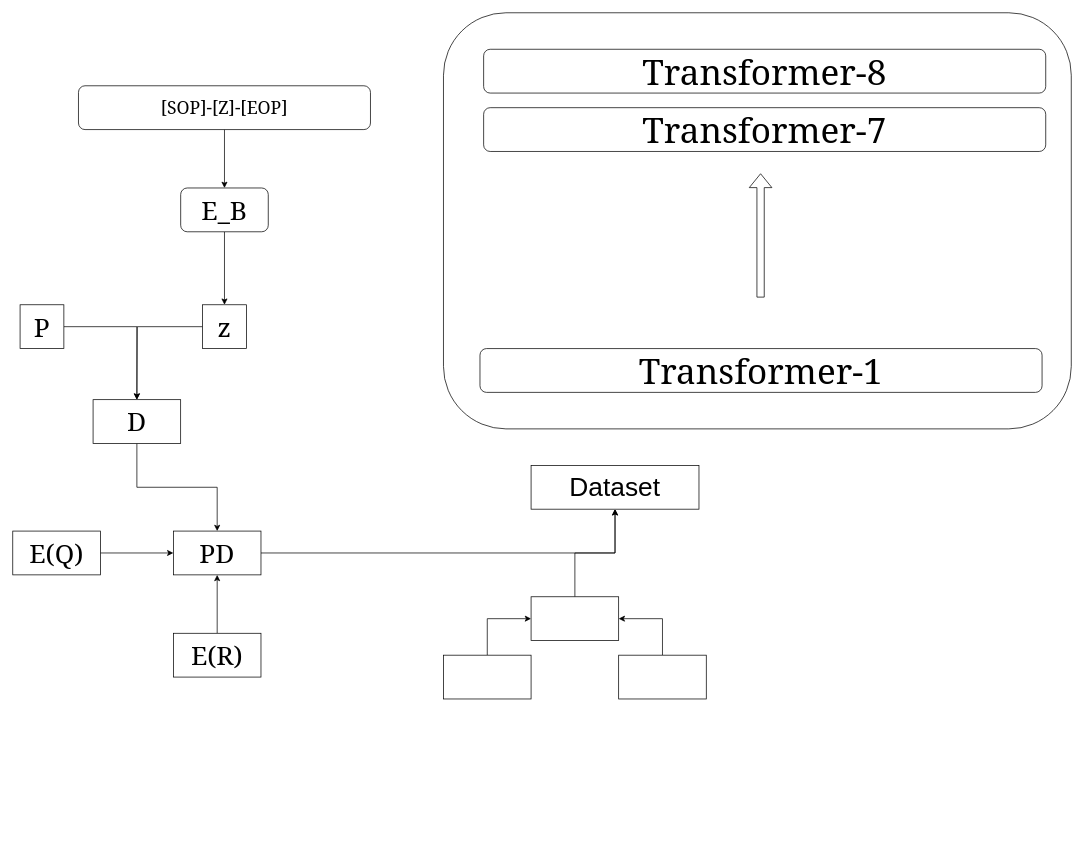
The draw.io diagram 未命名绘图.drawio in Kirovsiki/AI-PUSH-FOR-AI-paint, before the edit. Source tidied: cells renumbered, new cells numbered last; positions are measured from the earlier drawing's top-left corner, leaving out a move shared by most shapes. Both pictures are drawn from the tidied source at 73%, with x=0, y=0 at pixel (12, 12).
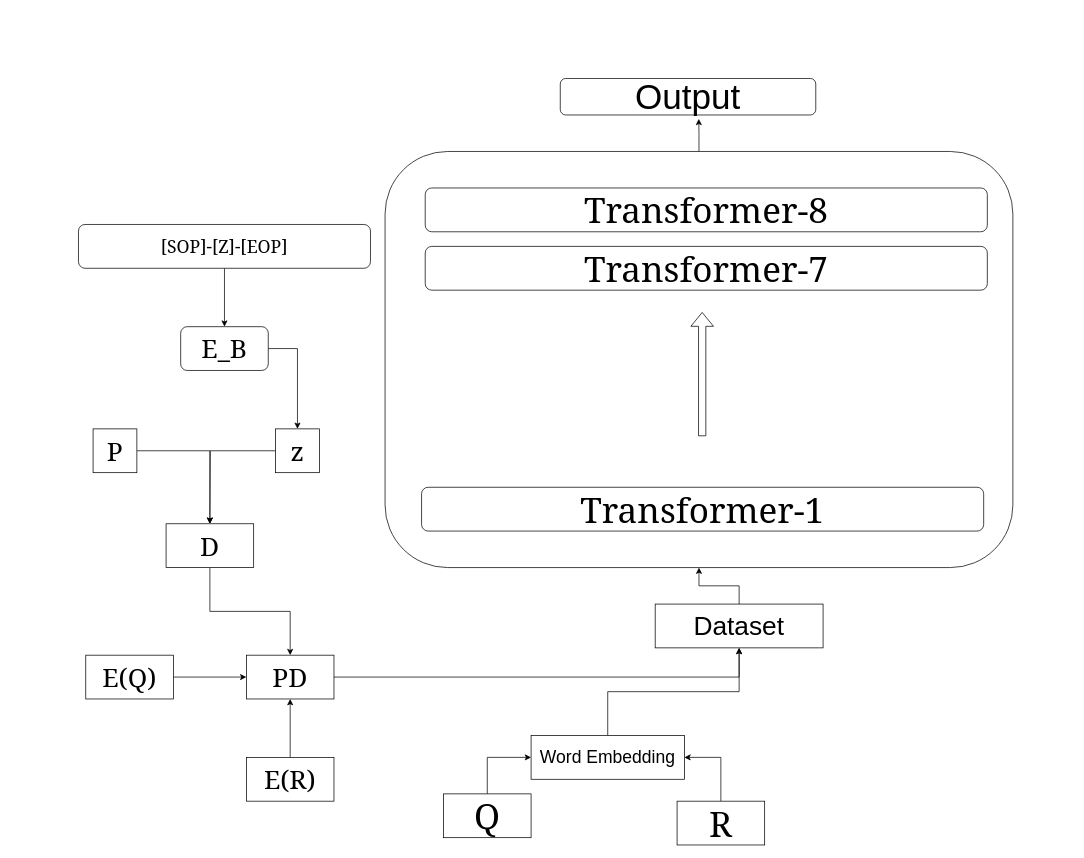
Above is the later version.

Commit message (it also covers changes not shown here):
更新未命名绘图.drawio

The edit, as a diff of the source:
```diff
@@
+    <mxCell id="30" style="edgeStyle=orthogonalEdgeStyle;rounded=0;jettySize=auto;html=1;entryX=0.542;entryY=1.106;entryDx=0;entryDy=0;entryPerimeter=0;" parent="1" edge="1" source="2" target="32">
+      <mxGeometry relative="1" as="geometry" />
+    </mxCell>
     <mxCell id="2" style="rounded=1;whiteSpace=wrap;html=1;" parent="1" vertex="1">
-      <mxGeometry x="590" width="860" height="570" as="geometry" />
+      <mxGeometry x="510" y="190" width="860" height="570" as="geometry" />
     </mxCell>
     <mxCell id="3" value="&lt;font face=&quot;Georgia&quot; style=&quot;font-size: 48px;&quot;&gt;Transformer-1&lt;/font&gt;" style="rounded=1;whiteSpace=wrap;html=1;" parent="1" vertex="1">
-      <mxGeometry x="640" y="460" width="770" height="60" as="geometry" />
+      <mxGeometry x="560" y="650" width="770" height="60" as="geometry" />
     </mxCell>
     <mxCell id="4" value="&lt;font face=&quot;Georgia&quot; style=&quot;font-size: 48px;&quot;&gt;Transformer-7&lt;/font&gt;" style="rounded=1;whiteSpace=wrap;html=1;" parent="1" vertex="1">
-      <mxGeometry x="645" y="130" width="770" height="60" as="geometry" />
+      <mxGeometry x="565" y="320" width="770" height="60" as="geometry" />
     </mxCell>
     <mxCell id="5" value="&lt;font face=&quot;Georgia&quot; style=&quot;font-size: 48px;&quot;&gt;Transformer-8&lt;/font&gt;" style="rounded=1;whiteSpace=wrap;html=1;" parent="1" vertex="1">
-      <mxGeometry x="645" y="50" width="770" height="60" as="geometry" />
+      <mxGeometry x="565" y="240" width="770" height="60" as="geometry" />
     </mxCell>
@@
-    <mxCell id="7" style="rounded=0;whiteSpace=wrap;html=1;" parent="1" vertex="1">
-      <mxGeometry x="590" y="880" width="120" height="60" as="geometry" />
+    <mxCell id="7" value="&lt;font face=&quot;Georgia&quot; style=&quot;font-size: 48px;&quot;&gt;Q&lt;/font&gt;" style="rounded=0;whiteSpace=wrap;html=1;" parent="1" vertex="1">
+      <mxGeometry x="590" y="1070" width="120" height="60" as="geometry" />
     </mxCell>
@@
-    <mxCell id="9" style="rounded=0;whiteSpace=wrap;html=1;" parent="1" vertex="1">
-      <mxGeometry x="830" y="880" width="120" height="60" as="geometry" />
+    <mxCell id="9" value="&lt;font style=&quot;font-size: 48px;&quot; face=&quot;Georgia&quot;&gt;R&lt;/font&gt;" style="rounded=0;whiteSpace=wrap;html=1;" parent="1" vertex="1">
+      <mxGeometry x="910" y="1080" width="120" height="60" as="geometry" />
     </mxCell>
@@
-    <mxCell id="11" style="rounded=0;whiteSpace=wrap;html=1;" parent="1" vertex="1">
-      <mxGeometry x="710" y="800" width="120" height="60" as="geometry" />
+    <mxCell id="11" value="&lt;font style=&quot;font-size: 24px;&quot;&gt;Word Embedding&lt;/font&gt;" style="rounded=0;whiteSpace=wrap;html=1;" parent="1" vertex="1">
+      <mxGeometry x="710" y="990" width="210" height="60" as="geometry" />
     </mxCell>
@@
     <mxCell id="13" value="&lt;font face=&quot;Georgia&quot; style=&quot;font-size: 36px;&quot;&gt;PD&lt;/font&gt;" style="rounded=0;whiteSpace=wrap;html=1;" parent="1" vertex="1">
-      <mxGeometry x="220" y="710" width="120" height="60" as="geometry" />
+      <mxGeometry x="320" y="880" width="120" height="60" as="geometry" />
     </mxCell>
+    <mxCell id="31" style="edgeStyle=orthogonalEdgeStyle;rounded=0;jettySize=auto;html=1;entryX=0.5;entryY=1;entryDx=0;entryDy=0;" parent="1" edge="1" source="14" target="2">
+      <mxGeometry relative="1" as="geometry" />
+    </mxCell>
     <mxCell id="14" value="&lt;font style=&quot;font-size: 36px;&quot;&gt;Dataset&lt;/font&gt;" style="whiteSpace=wrap;html=1;rounded=0;" parent="1" vertex="1">
-      <mxGeometry x="710" y="620" width="230" height="60" as="geometry" />
+      <mxGeometry x="880" y="810" width="230" height="60" as="geometry" />
     </mxCell>
@@
     <mxCell id="16" value="&lt;font face=&quot;Georgia&quot; style=&quot;font-size: 36px;&quot;&gt;D&lt;/font&gt;" style="rounded=0;whiteSpace=wrap;html=1;" parent="1" vertex="1">
-      <mxGeometry x="110" y="530" width="120" height="60" as="geometry" />
+      <mxGeometry x="210" y="700" width="120" height="60" as="geometry" />
     </mxCell>
@@
     <mxCell id="18" value="&lt;font face=&quot;Georgia&quot; style=&quot;font-size: 36px;&quot;&gt;P&lt;/font&gt;" style="rounded=0;whiteSpace=wrap;html=1;" parent="1" vertex="1">
-      <mxGeometry x="10" y="400" width="60" height="60" as="geometry" />
+      <mxGeometry x="110" y="570" width="60" height="60" as="geometry" />
     </mxCell>
     <mxCell id="19" style="edgeStyle=orthogonalEdgeStyle;rounded=0;jettySize=auto;html=1;" parent="1" edge="1" source="20">
       <mxGeometry relative="1" as="geometry">
-        <mxPoint x="170" y="530" as="targetPoint" />
+        <mxPoint x="270" y="700" as="targetPoint" />
       </mxGeometry>
     </mxCell>
     <mxCell id="20" value="&lt;font face=&quot;Georgia&quot; style=&quot;font-size: 36px;&quot;&gt;z&lt;/font&gt;" style="rounded=0;whiteSpace=wrap;html=1;" parent="1" vertex="1">
-      <mxGeometry x="260" y="400" width="60" height="60" as="geometry" />
+      <mxGeometry x="360" y="570" width="60" height="60" as="geometry" />
     </mxCell>
@@
     <mxCell id="22" value="&lt;font face=&quot;Georgia&quot; style=&quot;font-size: 36px;&quot;&gt;E(Q)&lt;/font&gt;" style="rounded=0;whiteSpace=wrap;html=1;" parent="1" vertex="1">
-      <mxGeometry y="710" width="120" height="60" as="geometry" />
+      <mxGeometry x="100" y="880" width="120" height="60" as="geometry" />
     </mxCell>
@@
     <mxCell id="24" value="&lt;font face=&quot;Georgia&quot; style=&quot;font-size: 36px;&quot;&gt;E(R)&lt;/font&gt;" style="rounded=0;whiteSpace=wrap;html=1;" parent="1" vertex="1">
-      <mxGeometry x="220" y="850" width="120" height="60" as="geometry" />
+      <mxGeometry x="320" y="1020" width="120" height="60" as="geometry" />
     </mxCell>
@@
     <mxCell id="26" value="&lt;font face=&quot;Georgia&quot; style=&quot;font-size: 24px;&quot;&gt;[SOP]-[Z]-[EOP]&lt;/font&gt;" style="rounded=1;whiteSpace=wrap;html=1;" parent="1" vertex="1">
-      <mxGeometry x="90" y="100" width="400" height="60" as="geometry" />
+      <mxGeometry x="90" y="290" width="400" height="60" as="geometry" />
     </mxCell>
     <mxCell id="27" style="shape=flexArrow;endArrow=classic;html=1;rounded=0;" parent="1" edge="1">
       <mxGeometry relative="1" as="geometry">
-        <mxPoint x="1024.4" y="390" as="sourcePoint" />
-        <mxPoint x="1024.4" y="220" as="targetPoint" />
+        <mxPoint x="944.4" y="580" as="sourcePoint" />
+        <mxPoint x="944.4" y="410" as="targetPoint" />
       </mxGeometry>
     </mxCell>
@@
     <mxCell id="29" value="&lt;font face=&quot;Georgia&quot; style=&quot;font-size: 36px;&quot;&gt;E_B&lt;/font&gt;" style="whiteSpace=wrap;html=1;rounded=1;" parent="1" vertex="1">
-      <mxGeometry x="230" y="240" width="120" height="60" as="geometry" />
+      <mxGeometry x="230" y="430" width="120" height="60" as="geometry" />
     </mxCell>
+    <mxCell id="32" value="&lt;font style=&quot;font-size: 48px;&quot;&gt;Output&lt;/font&gt;" style="rounded=1;whiteSpace=wrap;html=1;" parent="1" vertex="1">
+      <mxGeometry x="750" y="90" width="350" height="50" as="geometry" />
+    </mxCell>
```
